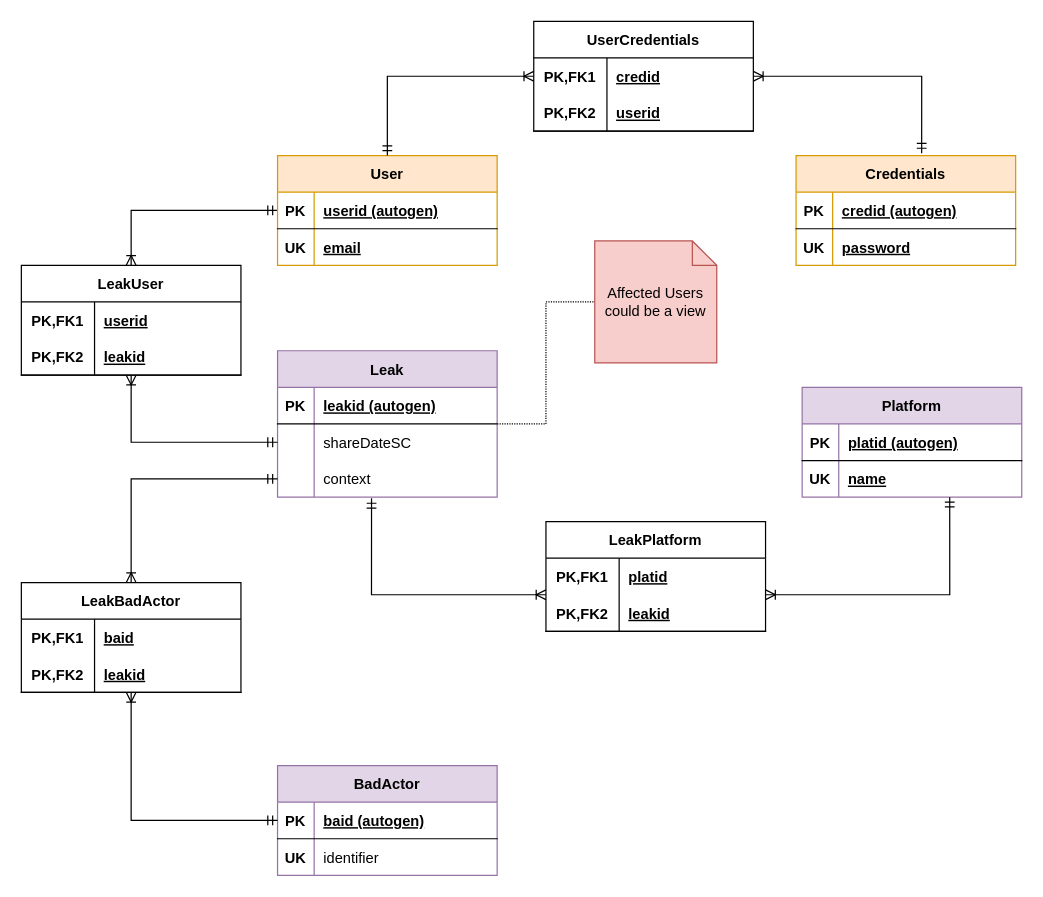
Above: core/src/002-data-model.drawio in palavrapasse/docs (draw.io), before the change. Source tidied: cells renumbered, new cells numbered last; positions are measured from the earlier drawing's top-left corner, leaving out a move shared by most shapes. Both pictures are drawn from the tidied source at 122%, with x=0, y=0 at pixel (21, 21).
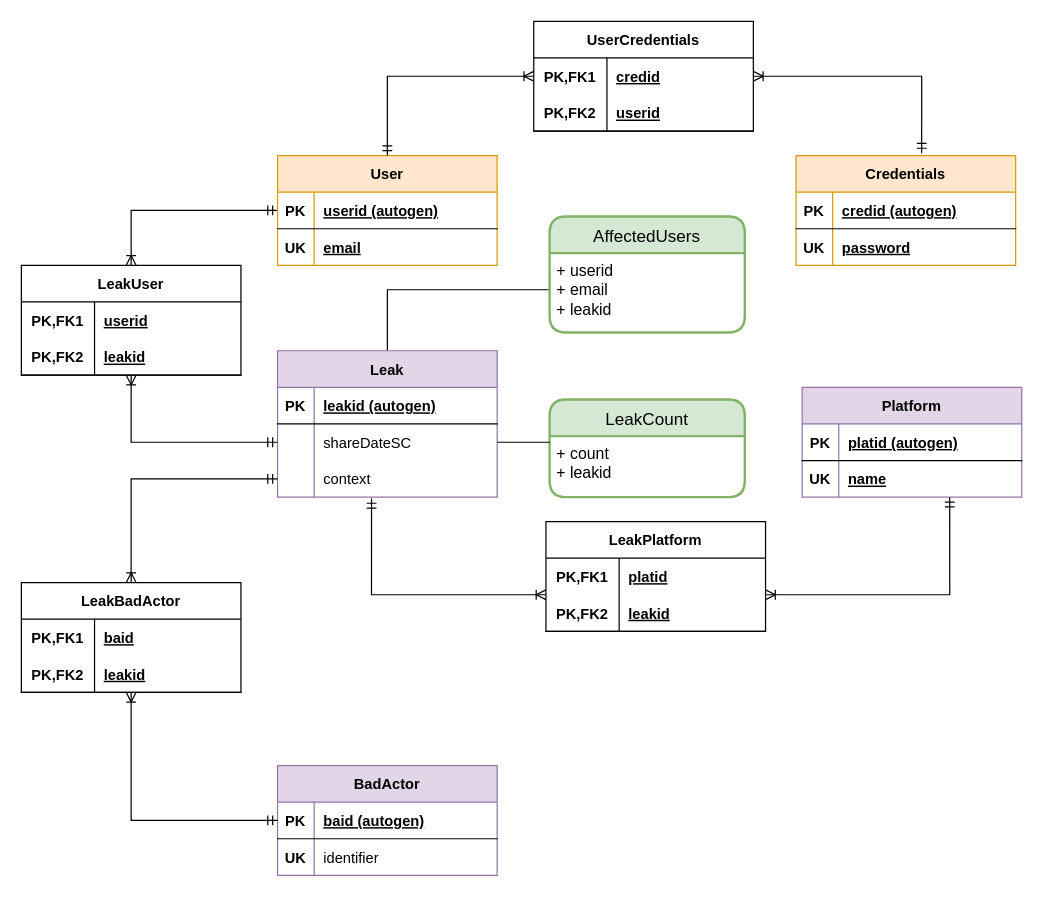
The same diagram, later.

Commit message (it also covers changes not shown here):
include affected user and leak count views

The change refers to these unchanged cells:
```xml
<mxCell id="17" value="Leak" style="shape=table;startSize=30;childLayout=tableLayout;rowLines=0;fontStyle=1;align=center;fillColor=#e1d5e7;strokeColor=#9673a6;" parent="1" vertex="1">
  <mxGeometry x="210" y="270" width="180" height="120" as="geometry" />
</mxCell>
<mxCell id="21" style="shape=tableRow;horizontal=0;startSize=0;swimlaneHead=0;swimlaneBody=0;fillColor=none;points=[[0,0.5],[1,0.5]];portConstraint=eastwest;top=0;left=0;right=0;bottom=0;" parent="17" vertex="1">
  <mxGeometry y="60" width="180" height="30" as="geometry" />
</mxCell>
```

Change to the diagram source:
```diff
@@
-    <mxCell id="16" style="edgeStyle=orthogonalEdgeStyle;rounded=0;jettySize=auto;html=1;entryX=0;entryY=0.5;entryDx=0;entryDy=0;entryPerimeter=0;startArrow=none;startFill=0;endArrow=none;endFill=0;dashed=1;dashPattern=1 1;" parent="1" edge="1" source="17" target="43">
-      <mxGeometry relative="1" as="geometry" />
-    </mxCell>
+    <mxCell id="78" style="edgeStyle=orthogonalEdgeStyle;rounded=0;jettySize=auto;html=1;fontSize=13;endArrow=none;endFill=0;entryX=0;entryY=0.5;entryDx=0;entryDy=0;" parent="1" edge="1" source="17" target="79">
+      <mxGeometry relative="1" as="geometry">
+        <Array as="points">
+          <mxPoint x="300" y="220" />
+          <mxPoint x="433" y="220" />
+        </Array>
+      </mxGeometry>
+    </mxCell>
@@
-    <mxCell id="43" value="Affected Users could be a view" style="shape=note;size=20;whiteSpace=wrap;html=1;fillColor=#f8cecc;strokeColor=#b85450;" parent="1" vertex="1">
-      <mxGeometry x="470" y="180" width="100" height="100" as="geometry" />
-    </mxCell>
@@
+    <mxCell id="79" value="AffectedUsers" style="swimlane;horizontal=1;startSize=30;rounded=1;fontSize=14;fontStyle=0;strokeWidth=2;shadow=0;dashed=0;align=center;fillColor=#d5e8d4;strokeColor=#82b366;" parent="1" vertex="1">
+      <mxGeometry x="433" y="160" width="160" height="95" as="geometry" />
+    </mxCell>
+    <mxCell id="80" value="+ userid&#10;+ email&#10;+ leakid" style="align=left;strokeColor=none;fillColor=none;spacingLeft=4;fontSize=13;verticalAlign=top;horizontal=1;" parent="79" vertex="1">
+      <mxGeometry y="30" width="160" height="65" as="geometry" />
+    </mxCell>
+    <mxCell id="81" value="LeakCount" style="swimlane;horizontal=1;startSize=30;rounded=1;fontSize=14;fontStyle=0;strokeWidth=2;shadow=0;dashed=0;align=center;fillColor=#d5e8d4;strokeColor=#82b366;" parent="1" vertex="1">
+      <mxGeometry x="433" y="310" width="160" height="80" as="geometry" />
+    </mxCell>
+    <mxCell id="82" value="+ count&#10;+ leakid" style="align=left;strokeColor=none;fillColor=none;spacingLeft=4;fontSize=13;verticalAlign=top;horizontal=1;" parent="81" vertex="1">
+      <mxGeometry y="30" width="160" height="50" as="geometry" />
+    </mxCell>
+    <mxCell id="83" style="edgeStyle=orthogonalEdgeStyle;rounded=0;jettySize=auto;html=1;entryX=0;entryY=0.1;entryDx=0;entryDy=0;entryPerimeter=0;endArrow=none;endFill=0;" parent="1" edge="1" source="21" target="82">
+      <mxGeometry relative="1" as="geometry" />
+    </mxCell>
```
